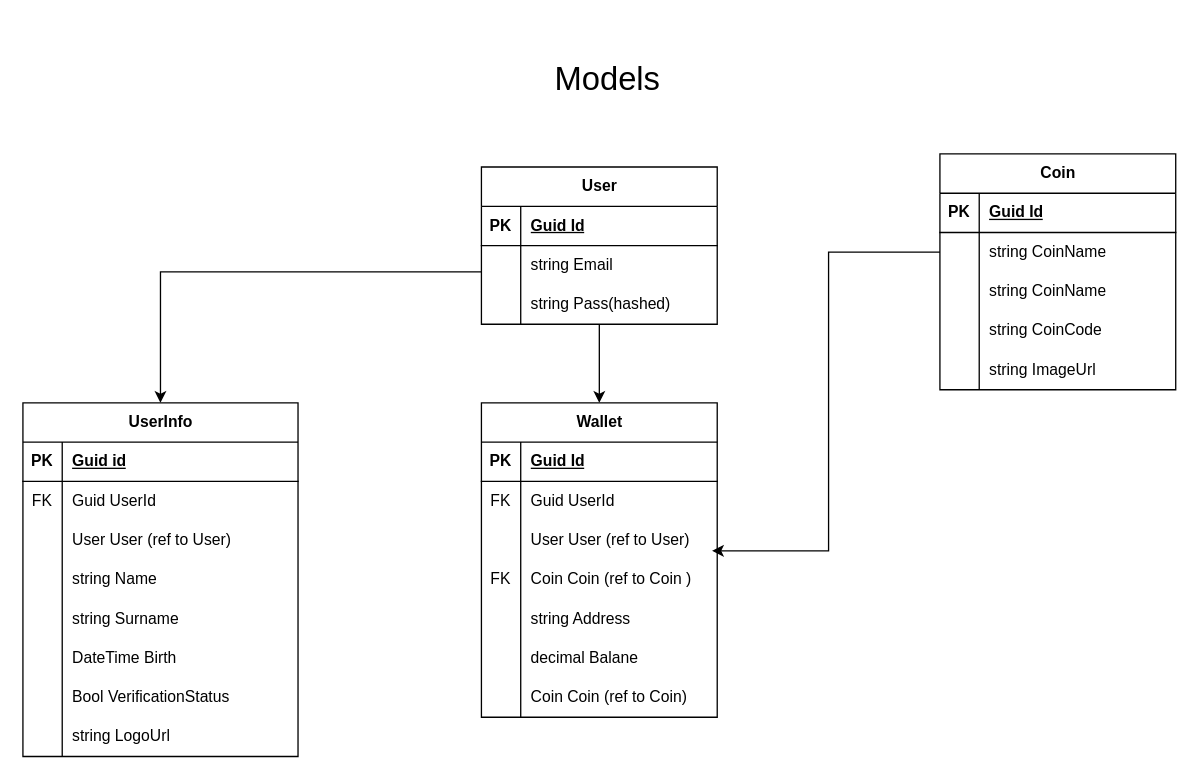
Earlier version of the draw.io diagram EntityFramework+API.drawio (svalmaz/CSharp). Source tidied: cells renumbered, new cells numbered last; positions are measured from the earlier drawing's top-left corner, leaving out a move shared by most shapes. Both pictures are drawn from the tidied source at 131%, with x=0, y=0 at pixel (22, 22).
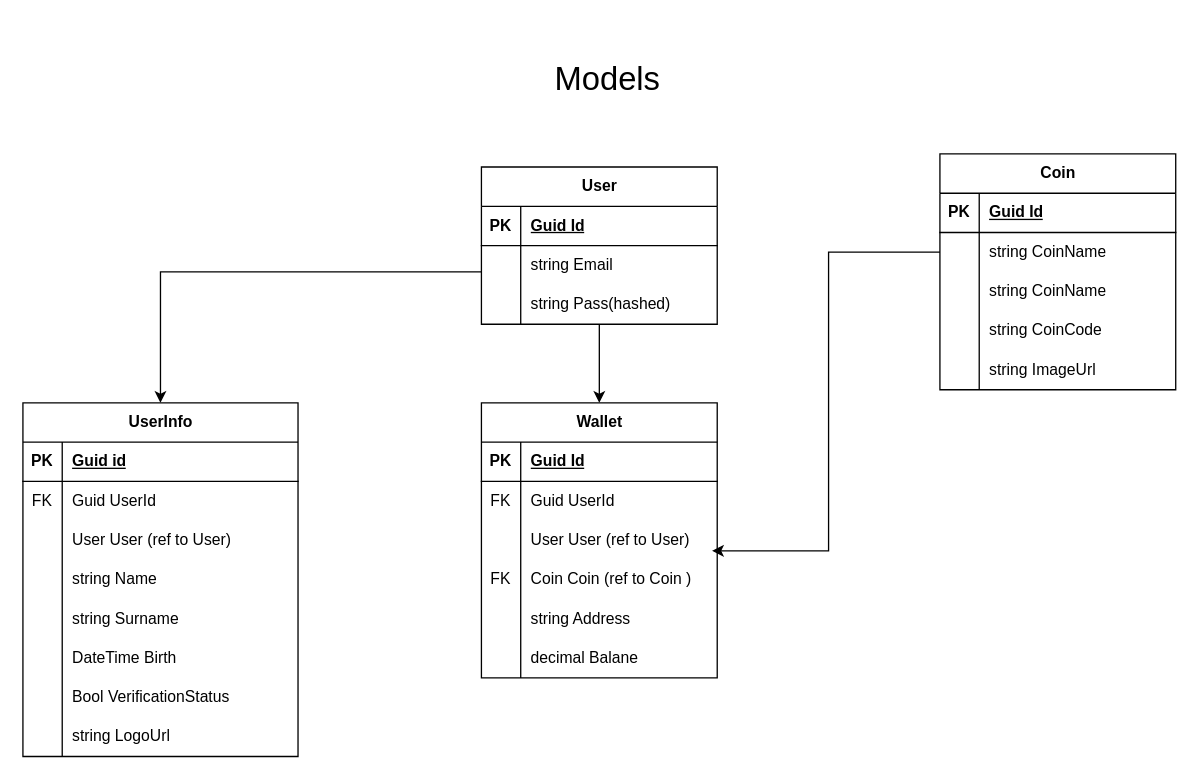
The same page after the edit.

Change to the diagram source:
```diff
@@
     <mxCell id="42" value="Wallet" style="shape=table;startSize=30;childLayout=tableLayout;rowLines=0;fontStyle=1;align=center;html=1;" parent="1" vertex="1">
-      <mxGeometry x="350" y="290" width="180" height="240" as="geometry" />
+      <mxGeometry x="350" y="290" width="180" height="210" as="geometry" />
     </mxCell>
@@
-    <mxCell id="61" style="shape=tableRow;horizontal=0;startSize=0;swimlaneHead=0;swimlaneBody=0;fillColor=none;top=0;left=0;right=0;bottom=0;" parent="42" vertex="1">
-      <mxGeometry y="210" width="180" height="30" as="geometry" />
-    </mxCell>
-    <mxCell id="62" style="shape=partialRectangle;fillColor=none;top=0;left=0;bottom=0;right=0;overflow=hidden;whiteSpace=wrap;html=1;" parent="61" vertex="1">
-      <mxGeometry width="30" height="30" as="geometry" />
-    </mxCell>
-    <mxCell id="63" value="Coin Coin (ref to Coin)" style="shape=partialRectangle;fillColor=none;top=0;left=0;bottom=0;right=0;align=left;spacingLeft=6;overflow=hidden;whiteSpace=wrap;html=1;" parent="61" vertex="1">
-      <mxGeometry x="30" width="150" height="30" as="geometry" />
-    </mxCell>
```
